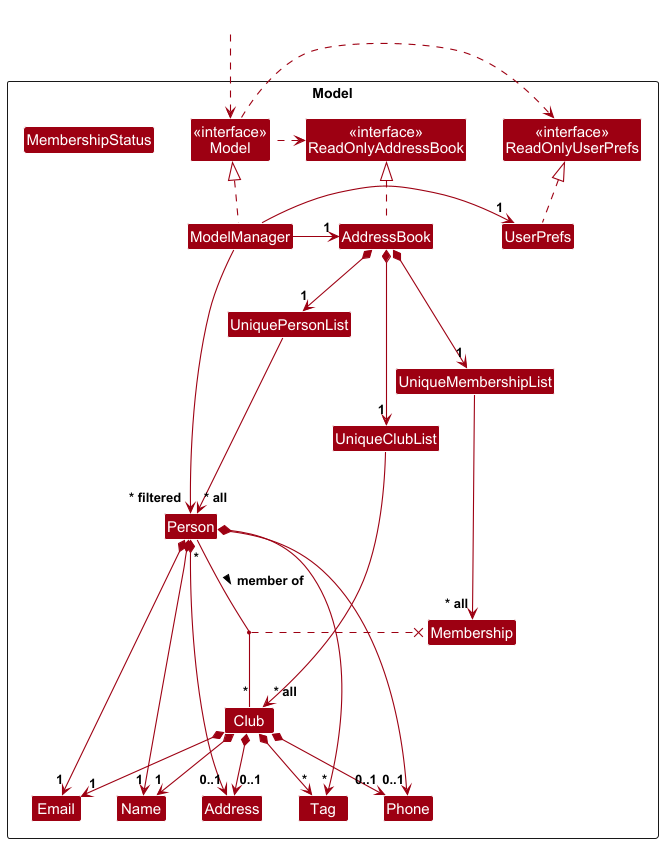
Above: docs/images/ModelClassDiagram.png in krxm107/tp (PlantUML), before the change. Source of this version:
```plantuml
@startuml
!include style.puml
skinparam arrowThickness 1.1
skinparam arrowColor MODEL_COLOR
skinparam classBackgroundColor MODEL_COLOR

Package Model as ModelPackage <<Rectangle>>{
    Class "<<interface>>\nReadOnlyAddressBook" as ReadOnlyAddressBook
    Class "<<interface>>\nReadOnlyUserPrefs" as ReadOnlyUserPrefs
    Class "<<interface>>\nModel" as Model
    Class AddressBook
    Class ModelManager
    Class UserPrefs

    Class UniquePersonList
    Class UniqueClubList
    Class UniqueMembershipList
    Class Person
    Class Club

    Class Membership {
        - final person: Person
        - final club: Club
        - final joinDate: LocalDate
        - expiryDate: LocalDate
        - renewalHistory: List<LocalDate>
        - status: MembershipStatus
    }

    Enum MembershipStatus

    Class Address
    Class Email
    Class Name
    Class Phone
    Class Tag

    Class I #FFFFFF
}

Class HiddenOutside #FFFFFF
HiddenOutside ..> Model

AddressBook .up.|> ReadOnlyAddressBook

ModelManager .up.|> Model
Model .right.> ReadOnlyUserPrefs
Model .left.> ReadOnlyAddressBook
ModelManager -left-> "1" AddressBook
ModelManager -right-> "1" UserPrefs
UserPrefs .up.|> ReadOnlyUserPrefs

AddressBook *--> "1" UniquePersonList
AddressBook *--> "1" UniqueClubList
AddressBook *--> "1" UniqueMembershipList

UniquePersonList --> "~* all" Person
Person *--> "1" Name
Person *--> "0..1" Phone
Person *--> "1" Email
Person *--> "0..1" Address
Person *--> "*" Tag

UniqueClubList --> "~* all" Club
Club *--> "1" Name
Club *--> "0..1" Phone
Club *--> "1" Email
Club *--> "0..1" Address
Club *--> "*" Tag

Person "*" -- "*" Club : member of >
(Club, Person) ..x Membership

UniqueMembershipList --> "~* all" Membership

Person -[hidden]up--> I
UniquePersonList -[hidden]right-> I

Name -[hidden]right-> Phone
Phone -[hidden]right-> Address
Address -[hidden]right-> Email

ModelManager --> "~* filtered" Person
@enduml
```
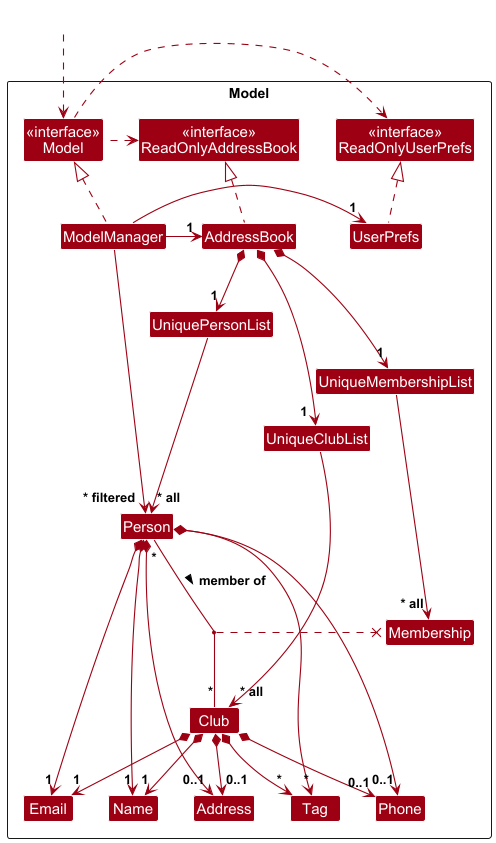
Later version of the same file.

Commit message:
Update diagram Model

What changed in the source:
```diff
@@ -26,8 +26,6 @@
         - renewalHistory: List<LocalDate>
         - status: MembershipStatus
     }
-
-    Enum MembershipStatus
 
     Class Address
     Class Email
```
